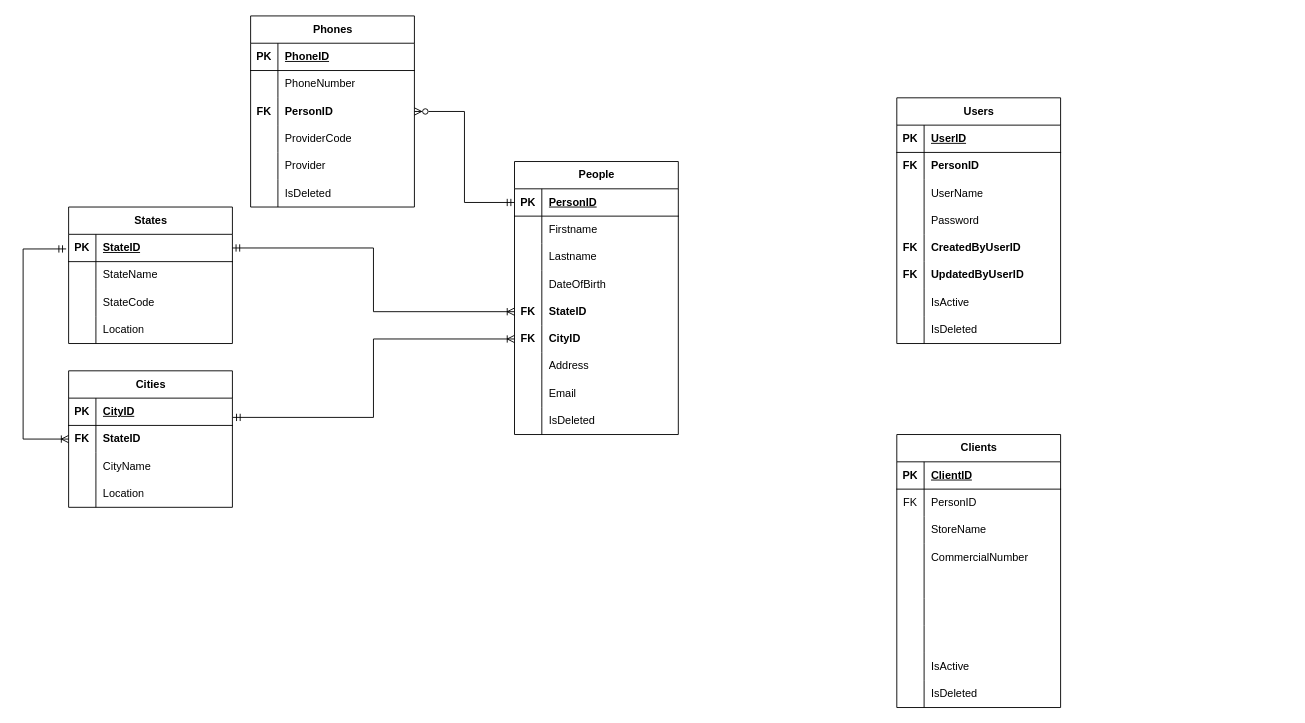
Before: GNT_Manager.drawio in khalil98dev/GNT, a draw.io diagram. Source tidied: cells renumbered, new cells numbered last; positions are measured from the earlier drawing's top-left corner, leaving out a move shared by most shapes. Both pictures are drawn from the tidied source at 91%, with x=0, y=0 at pixel (23, 15).
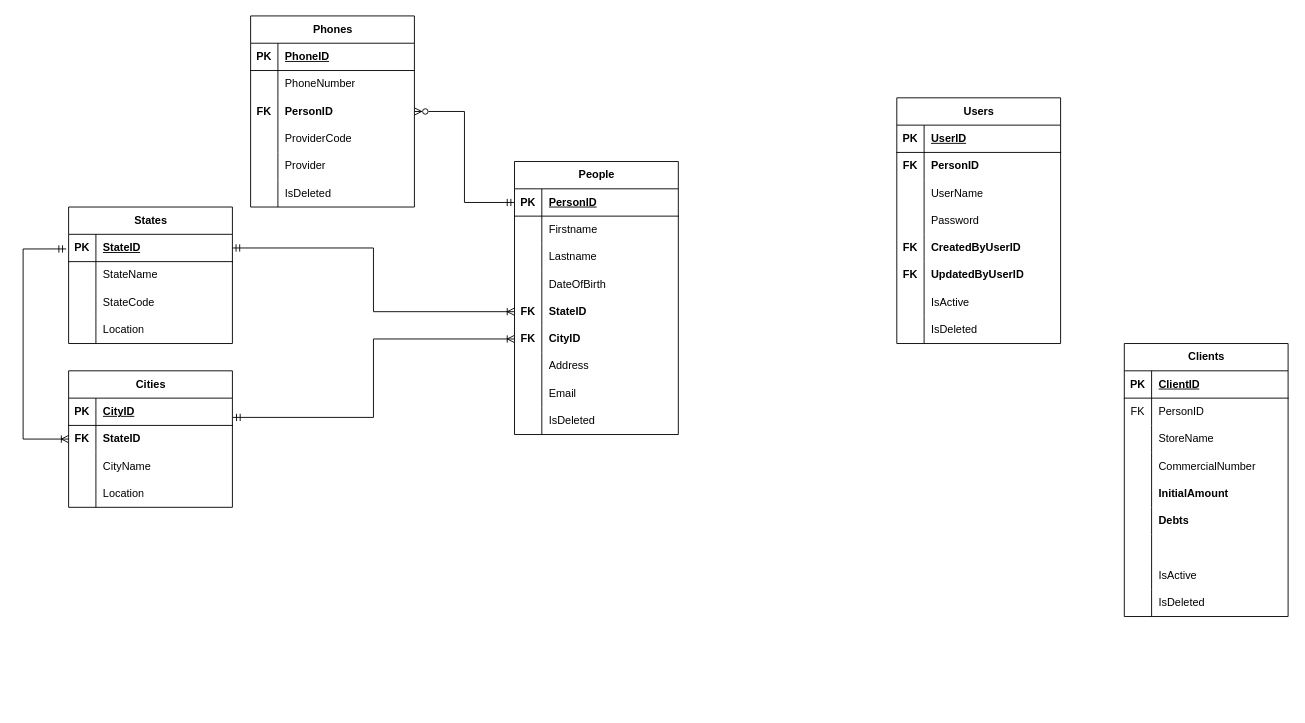
After the change.

The change refers to these unchanged cells:
```xml
<mxCell id="117" style="shape=tableRow;horizontal=0;startSize=0;swimlaneHead=0;swimlaneBody=0;fillColor=none;top=0;left=0;right=0;bottom=0;" parent="104" vertex="1">
  <mxGeometry y="150" width="180" height="30" as="geometry" />
</mxCell>
<mxCell id="120" style="shape=tableRow;horizontal=0;startSize=0;swimlaneHead=0;swimlaneBody=0;fillColor=none;top=0;left=0;right=0;bottom=0;" parent="104" vertex="1">
  <mxGeometry y="180" width="180" height="30" as="geometry" />
</mxCell>
```

The edit, as a diff of the source:
```diff
@@
     <mxCell id="104" value="Clients" style="shape=table;startSize=30;childLayout=tableLayout;rowLines=0;fontStyle=1;align=center;html=1;" parent="1" vertex="1">
-      <mxGeometry x="960" y="460" width="180" height="300" as="geometry" />
+      <mxGeometry x="1210" y="360" width="180" height="300" as="geometry" />
     </mxCell>
@@
-    <mxCell id="119" style="shape=partialRectangle;fillColor=none;top=0;left=0;bottom=0;right=0;align=left;spacingLeft=6;overflow=hidden;whiteSpace=wrap;html=1;fontStyle=1;" parent="117" vertex="1">
+    <mxCell id="119" value="InitialAmount" style="shape=partialRectangle;fillColor=none;top=0;left=0;bottom=0;right=0;align=left;spacingLeft=6;overflow=hidden;whiteSpace=wrap;html=1;fontStyle=1;" parent="117" vertex="1">
       <mxGeometry x="30" width="150" height="30" as="geometry" />
     </mxCell>
@@
-    <mxCell id="122" style="shape=partialRectangle;fillColor=none;top=0;left=0;bottom=0;right=0;align=left;spacingLeft=6;overflow=hidden;whiteSpace=wrap;html=1;fontStyle=1;" parent="120" vertex="1">
+    <mxCell id="122" value="Debts" style="shape=partialRectangle;fillColor=none;top=0;left=0;bottom=0;right=0;align=left;spacingLeft=6;overflow=hidden;whiteSpace=wrap;html=1;fontStyle=1;" parent="120" vertex="1">
       <mxGeometry x="30" width="150" height="30" as="geometry" />
     </mxCell>
```
